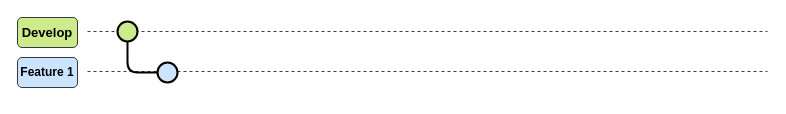
This is page "Feature1" (3 of 3) of 03_ImagenesRepo/01_GitFlow.drawio from LEOSZ8/Tesis_Msc_LSZ, a draw.io file, before an edit. Source tidied: cells renumbered, new cells numbered last; positions are measured from the earlier drawing's top-left corner, leaving out a move shared by most shapes. Both pictures are drawn from the tidied source at 100%, with x=0, y=0 at pixel (17, 17).
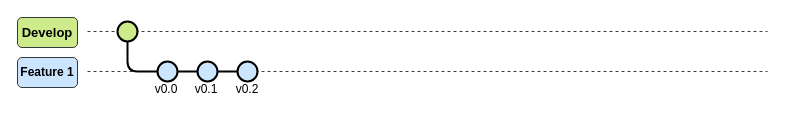
The same diagram, later.

The edit, as a diff of the source:
```diff
@@
 <mxGraphModel>
   <root>
     <mxCell id="0" />
     <mxCell id="1" parent="0" />
     <mxCell id="2" style="endArrow=none;html=1;rounded=0;dashed=1;opacity=75;" parent="1" edge="1">
       <mxGeometry relative="1" as="geometry">
         <mxPoint x="70" y="14" as="sourcePoint" />
         <mxPoint x="750" y="14" as="targetPoint" />
       </mxGeometry>
     </mxCell>
     <mxCell id="3" style="endArrow=none;html=1;rounded=0;dashed=1;opacity=75;" parent="1" edge="1">
       <mxGeometry relative="1" as="geometry">
         <mxPoint x="70" y="54" as="sourcePoint" />
         <mxPoint x="750" y="54" as="targetPoint" />
       </mxGeometry>
     </mxCell>
     <mxCell id="4" value="&lt;b&gt;&lt;font style=&quot;font-size: 13px;&quot;&gt;Develop&lt;/font&gt;&lt;/b&gt;" style="rounded=1;whiteSpace=wrap;html=1;fillColor=#cdeb8b;strokeColor=#36393d;" parent="1" vertex="1">
       <mxGeometry width="60" height="30" as="geometry" />
     </mxCell>
     <mxCell id="5" value="&lt;b&gt;&lt;font&gt;Feature 1&lt;/font&gt;&lt;/b&gt;" style="rounded=1;whiteSpace=wrap;html=1;fillColor=#cce5ff;strokeColor=#36393d;" parent="1" vertex="1">
       <mxGeometry y="40" width="60" height="30" as="geometry" />
     </mxCell>
     <mxCell id="6" style="ellipse;whiteSpace=wrap;html=1;fillColor=#cdeb8b;strokeColor=#000000;strokeWidth=2;" parent="1" vertex="1">
       <mxGeometry x="100" y="4" width="20" height="20" as="geometry" />
     </mxCell>
     <mxCell id="7" style="edgeStyle=orthogonalEdgeStyle;rounded=1;jettySize=auto;html=1;curved=0;strokeWidth=2;endArrow=none;startFill=0;" parent="1" edge="1" source="8" target="6">
       <mxGeometry relative="1" as="geometry" />
     </mxCell>
+    <mxCell id="9" style="edgeStyle=orthogonalEdgeStyle;rounded=0;jettySize=auto;html=1;strokeWidth=2;endArrow=none;startFill=0;" parent="1" edge="1" source="8" target="11">
+      <mxGeometry relative="1" as="geometry" />
+    </mxCell>
     <mxCell id="8" style="ellipse;whiteSpace=wrap;html=1;fillColor=#cce5ff;strokeColor=#000000;strokeWidth=2;" parent="1" vertex="1">
-      <mxGeometry x="140" y="45" width="20" height="20" as="geometry" />
+      <mxGeometry x="140" y="44" width="20" height="20" as="geometry" />
     </mxCell>
+    <mxCell id="10" style="edgeStyle=orthogonalEdgeStyle;rounded=0;jettySize=auto;html=1;strokeWidth=2;endArrow=none;startFill=0;" parent="1" edge="1" source="11" target="12">
+      <mxGeometry relative="1" as="geometry" />
+    </mxCell>
+    <mxCell id="11" style="ellipse;whiteSpace=wrap;html=1;fillColor=#cce5ff;strokeColor=#000000;strokeWidth=2;" parent="1" vertex="1">
+      <mxGeometry x="180" y="44" width="20" height="20" as="geometry" />
+    </mxCell>
+    <mxCell id="12" style="ellipse;whiteSpace=wrap;html=1;fillColor=#cce5ff;strokeColor=#000000;strokeWidth=2;" parent="1" vertex="1">
+      <mxGeometry x="220" y="44" width="20" height="20" as="geometry" />
+    </mxCell>
+    <mxCell id="13" value="v0.0" style="text;html=1;align=center;verticalAlign=middle;whiteSpace=wrap;rounded=0;" parent="1" vertex="1">
+      <mxGeometry x="134" y="67" width="30" height="10" as="geometry" />
+    </mxCell>
+    <mxCell id="14" value="v0.1" style="text;html=1;align=center;verticalAlign=middle;whiteSpace=wrap;rounded=0;" parent="1" vertex="1">
+      <mxGeometry x="174" y="67" width="30" height="10" as="geometry" />
+    </mxCell>
+    <mxCell id="15" value="v0.2" style="text;html=1;align=center;verticalAlign=middle;whiteSpace=wrap;rounded=0;" parent="1" vertex="1">
+      <mxGeometry x="215" y="67" width="30" height="10" as="geometry" />
+    </mxCell>
   </root>
 </mxGraphModel>
```
